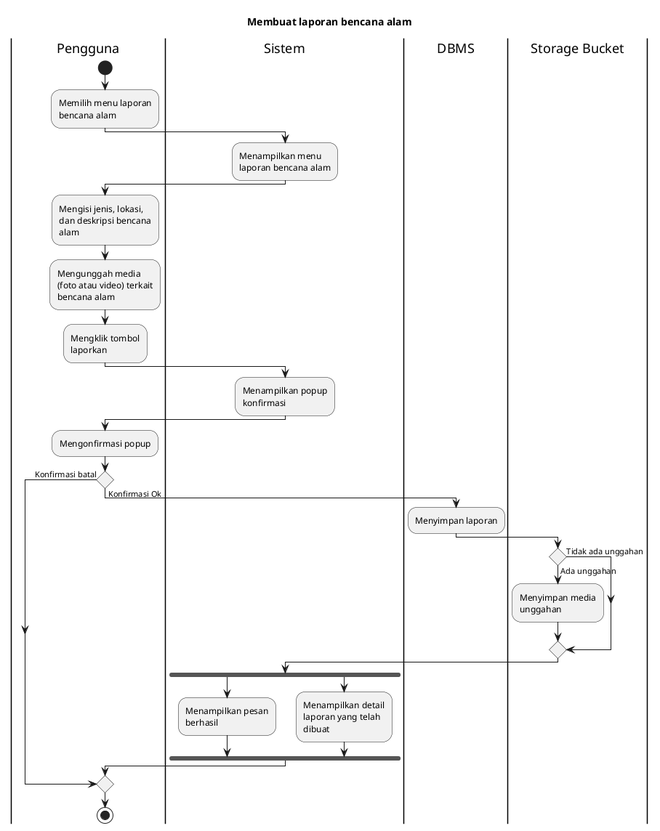
bagusNA/appl-diagrams keeps this PlantUML diagram as export/Activity Diagrams/UC-MAP - Peta Bencana/UC-MAP-017 - Membuat laporan bencana alam.png. Above is the earlier version.
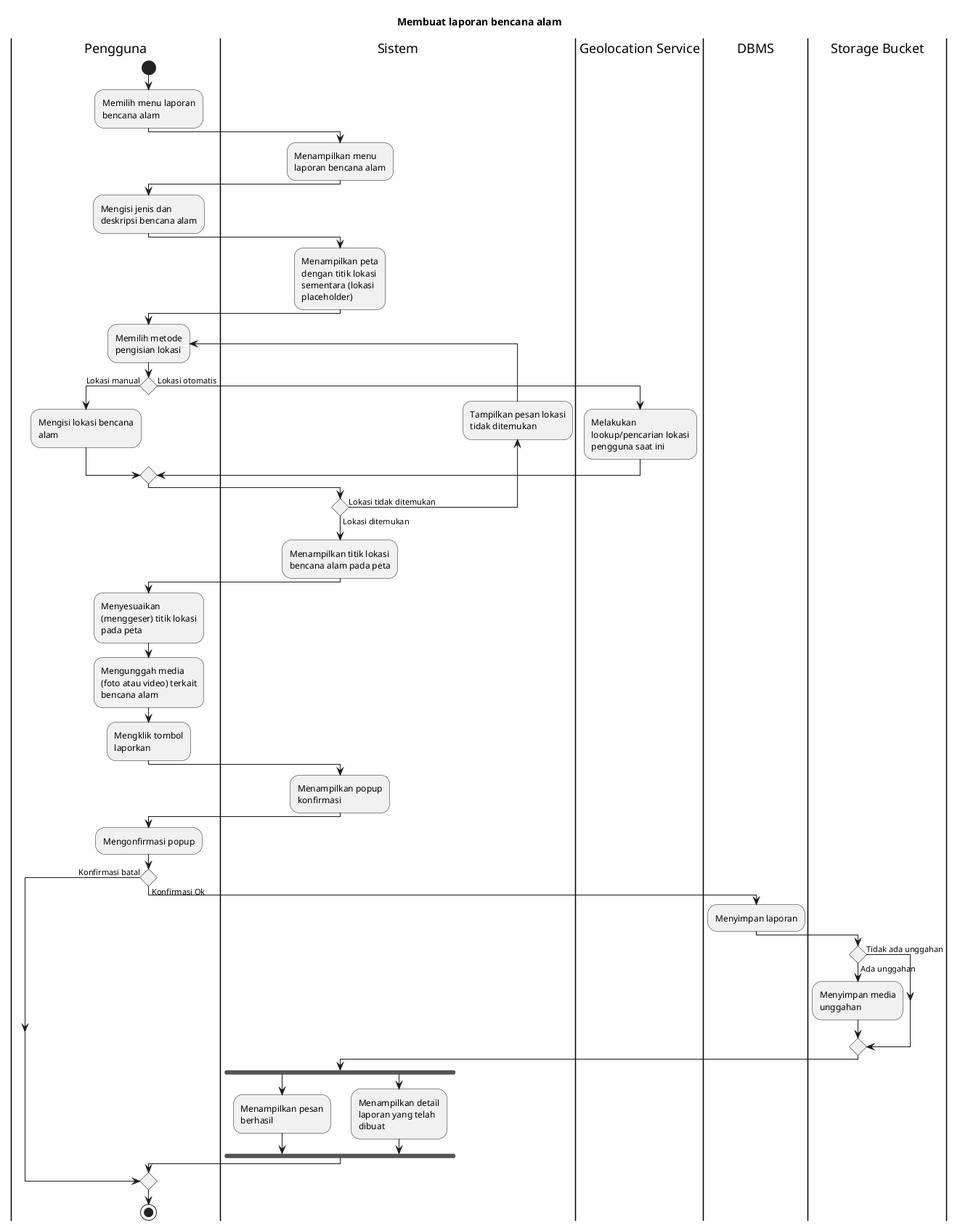
Later version of the same file.

Commit message:
chore: update exported diagrams

Change to the diagram source:
```diff
@@ -11,7 +11,33 @@
 :Menampilkan menu laporan bencana alam;
 
 |Pengguna|
-:Mengisi jenis, lokasi, dan deskripsi bencana alam;
+:Mengisi jenis dan deskripsi bencana alam;
+
+|Sistem|
+:Menampilkan peta dengan titik lokasi sementara (lokasi placeholder);
+
+|Pengguna|
+repeat:Memilih metode pengisian lokasi;
+if () then (Lokasi manual)
+  |Pengguna|
+  :Mengisi lokasi bencana alam;
+
+else (Lokasi otomatis)
+  |Geolocation Service|
+  :Melakukan lookup/pencarian lokasi pengguna saat ini;
+endif
+
+|Sistem|
+backward:Tampilkan pesan lokasi tidak ditemukan;
+repeat while () is (Lokasi tidak ditemukan) not (Lokasi ditemukan)
+
+|Sistem|
+:Menampilkan titik lokasi bencana alam pada peta;
+
+|Pengguna|
+:Menyesuaikan (menggeser) titik lokasi pada peta;
+
+|Pengguna|
 :Mengunggah media (foto atau video) terkait bencana alam;
 :Mengklik tombol laporkan;
 
```
